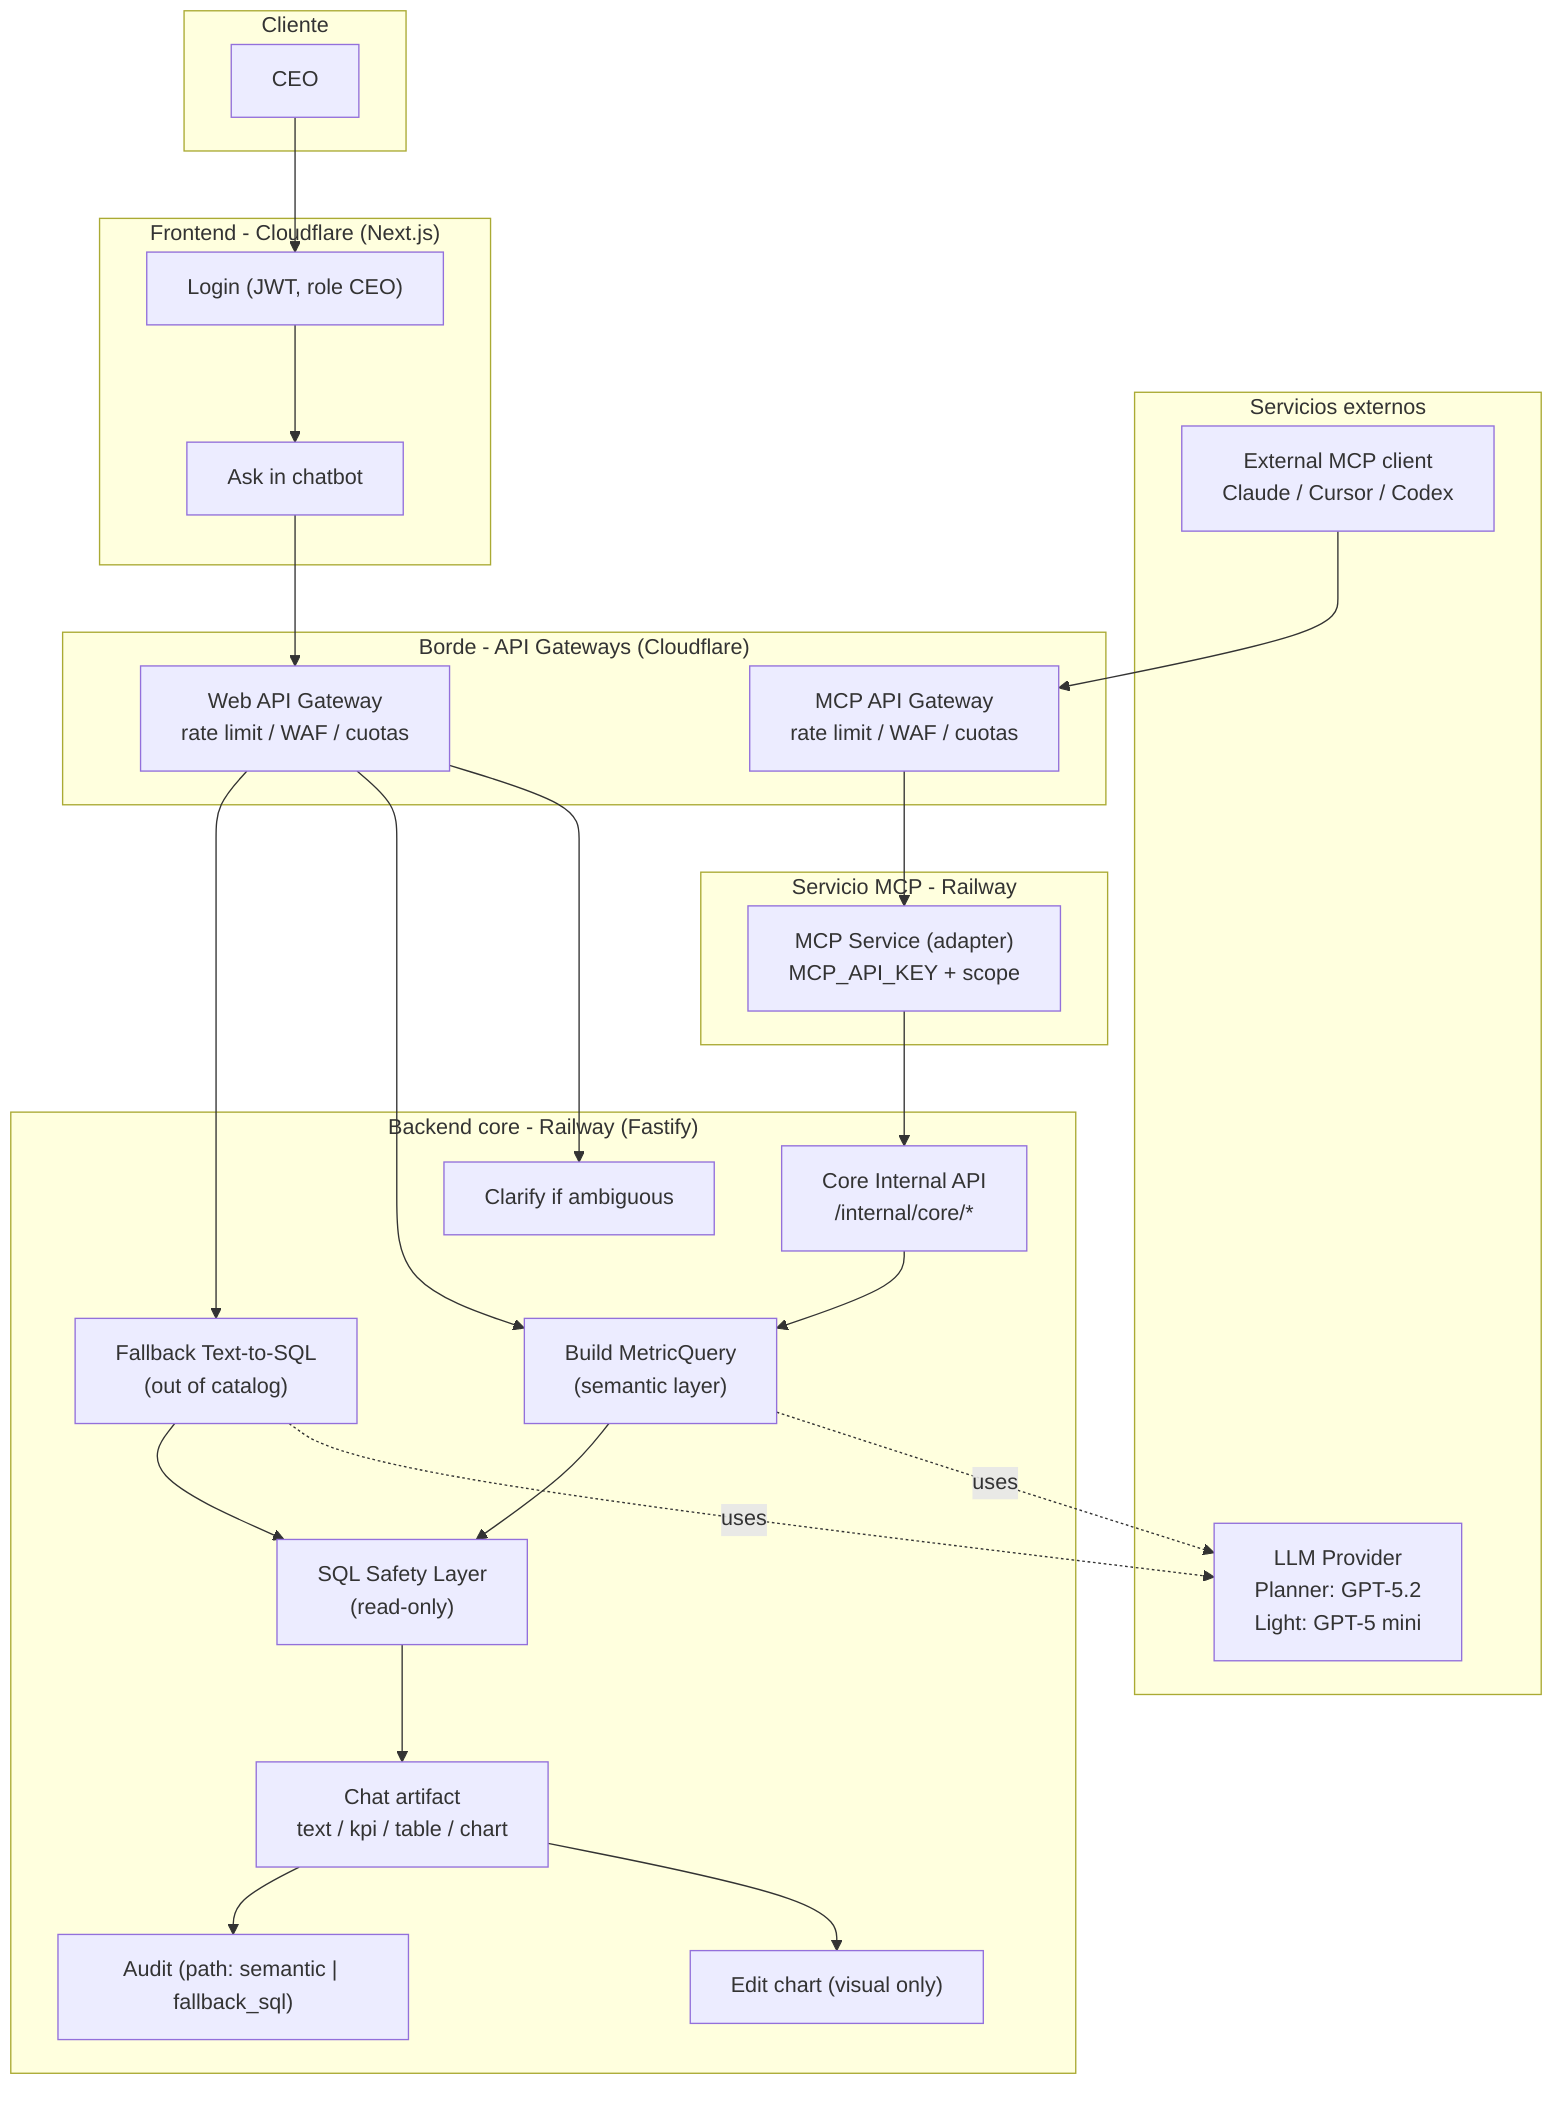
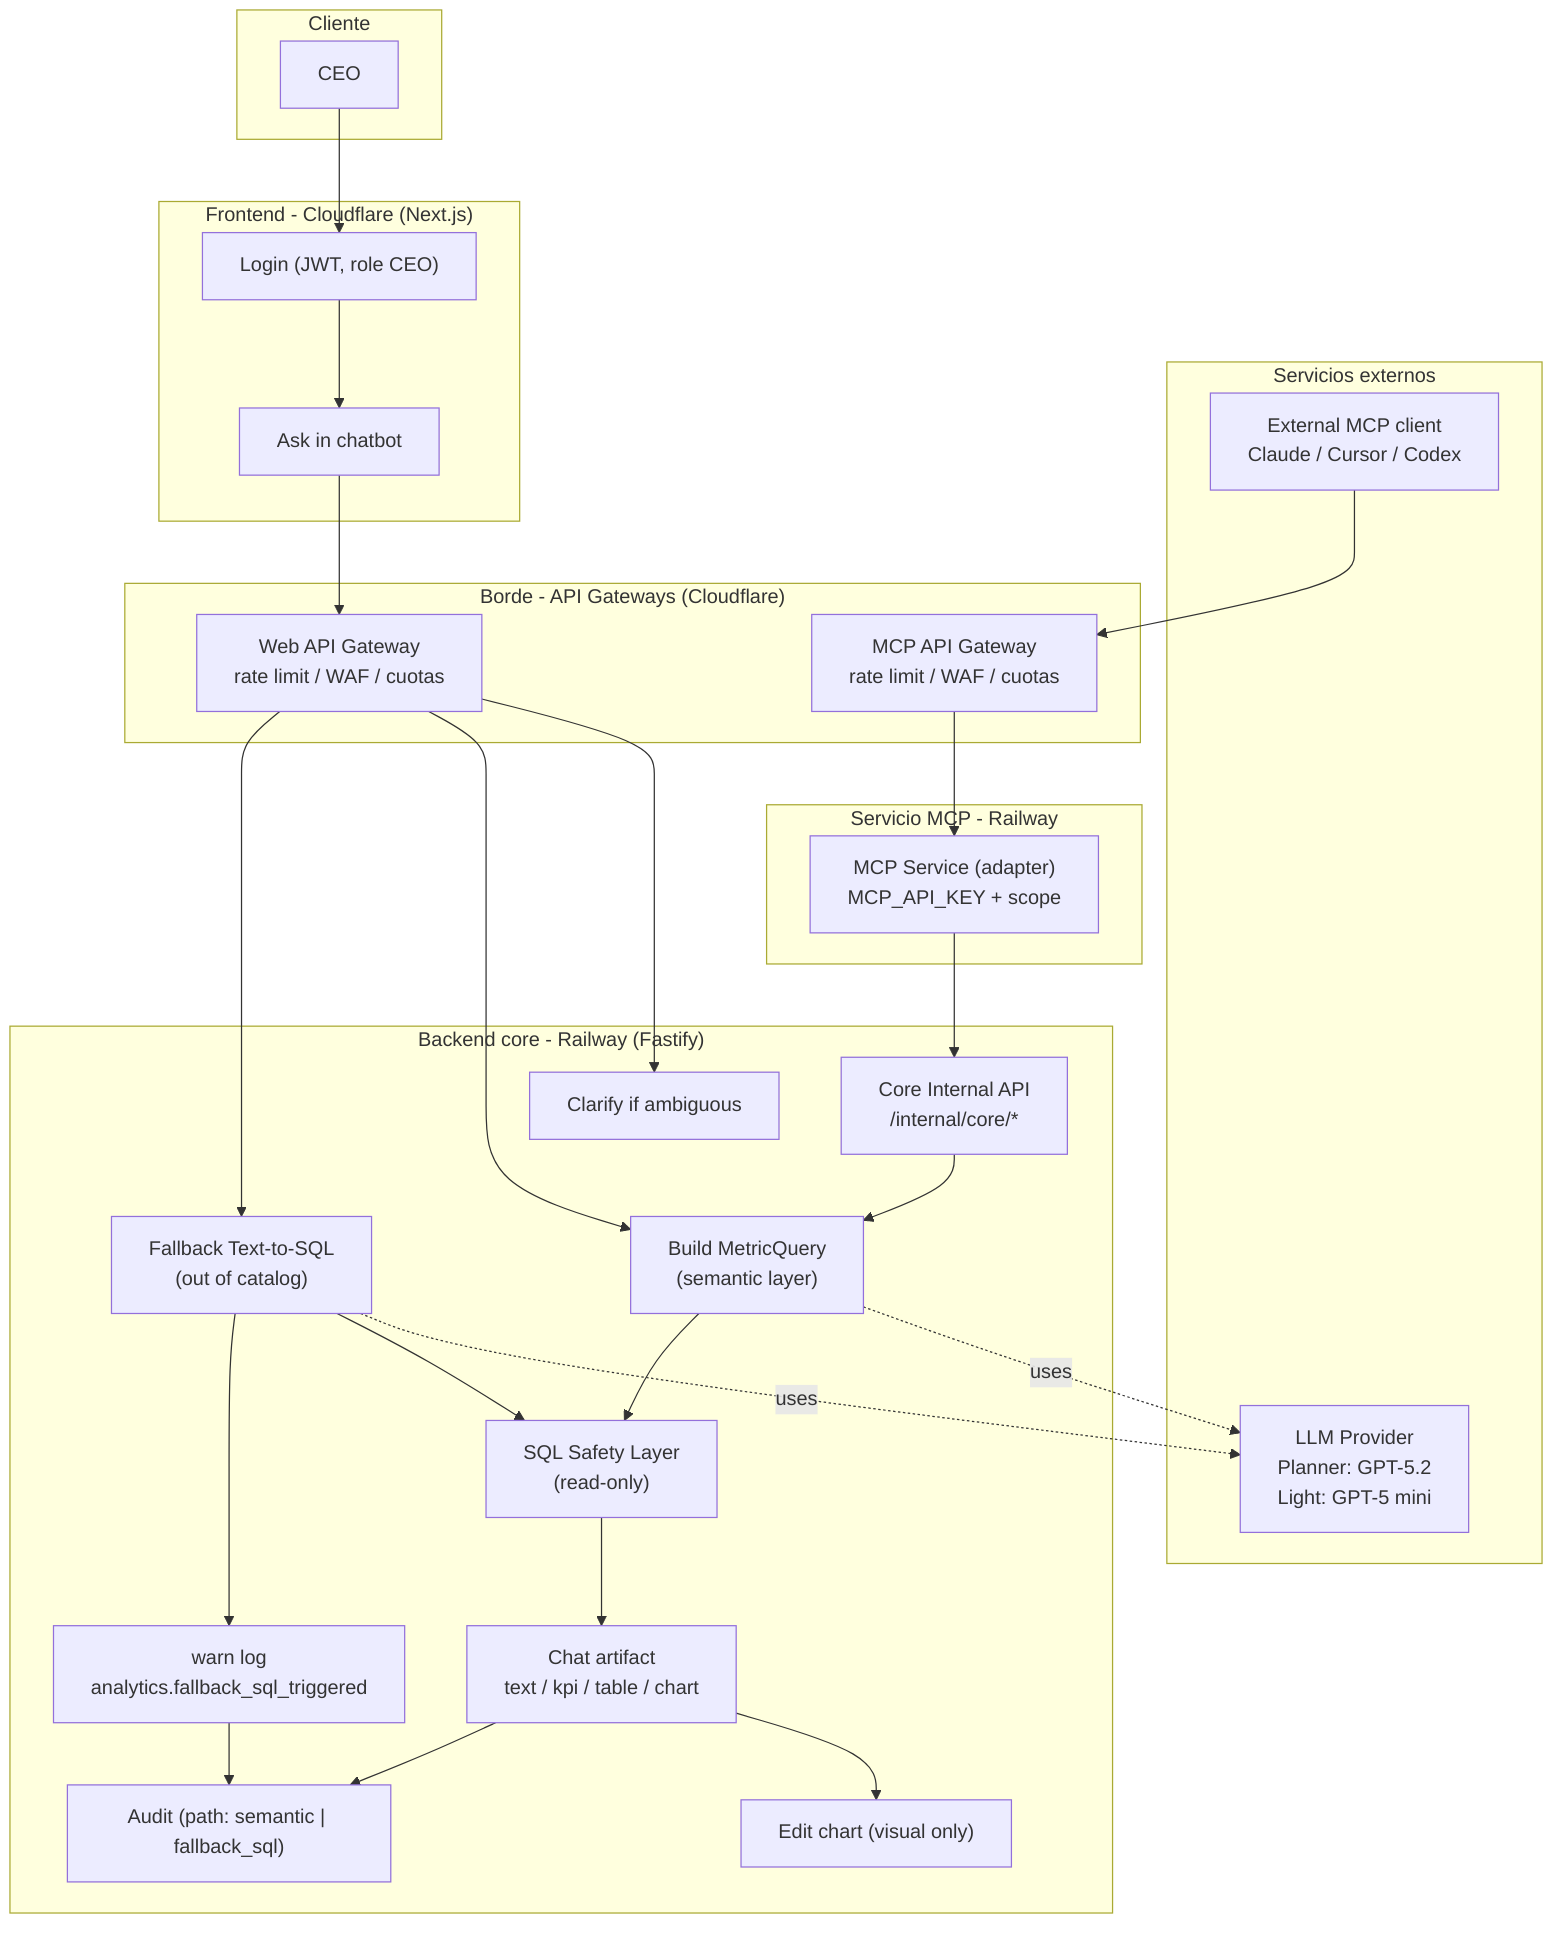
flowchart TB
  subgraph client["Cliente"]
    CEO["CEO"]
  end

  subgraph external["Servicios externos"]
    External["External MCP client\nClaude / Cursor / Codex"]
    LLM["LLM Provider\nPlanner: GPT-5.2\nLight: GPT-5 mini"]
  end

  subgraph edge["Borde - API Gateways (Cloudflare)"]
    WebGW["Web API Gateway\nrate limit / WAF / cuotas"]
    McpGW["MCP API Gateway\nrate limit / WAF / cuotas"]
  end

  subgraph frontend["Frontend - Cloudflare (Next.js)"]
    Login["Login (JWT, role CEO)"]
    Chat["Ask in chatbot"]
  end

  subgraph mcpsvc["Servicio MCP - Railway"]
    MCPsvc["MCP Service (adapter)\nMCP_API_KEY + scope"]
  end

  subgraph backend["Backend core - Railway (Fastify)"]
    CoreAPI["Core Internal API\n/internal/core/*"]
    Clarify["Clarify if ambiguous"]
    Metric["Build MetricQuery\n(semantic layer)"]
    Fallback["Fallback Text-to-SQL\n(out of catalog)"]
+     FallbackLog["warn log\nanalytics.fallback_sql_triggered"]
    Safety["SQL Safety Layer\n(read-only)"]
    Artifact["Chat artifact\ntext / kpi / table / chart"]
    EditChart["Edit chart (visual only)"]
    Audit["Audit (path: semantic | fallback_sql)"]
  end

  CEO --> Login
  Login --> Chat
  Chat --> WebGW
  WebGW --> Clarify
  WebGW --> Metric
  WebGW --> Fallback
  External --> McpGW
  McpGW --> MCPsvc
  MCPsvc --> CoreAPI
  CoreAPI --> Metric
  Metric -. "uses" .-> LLM
  Fallback -. "uses" .-> LLM
  Metric --> Safety
  Fallback --> Safety
+   Fallback --> FallbackLog
+   FallbackLog --> Audit
  Safety --> Artifact
  Artifact --> EditChart
  Artifact --> Audit
